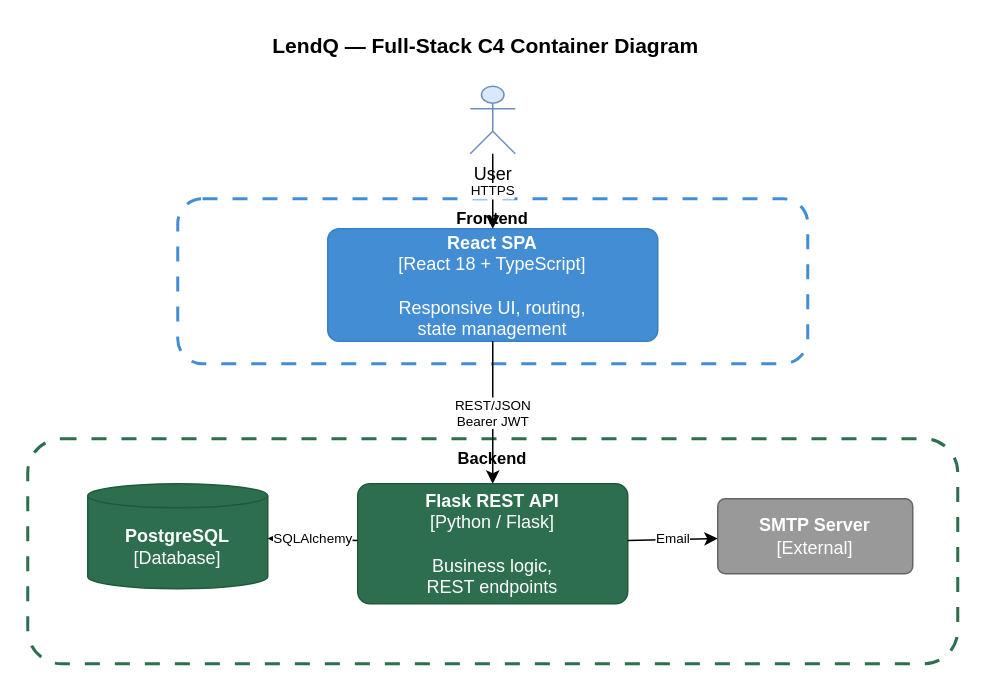
Before: docs/detailed-designs/diagrams/drawio/fe_c4_container.drawio in QuinntyneBrown/LendQ, a draw.io diagram. Source tidied: cells renumbered, new cells numbered last; positions are measured from the earlier drawing's top-left corner, leaving out a move shared by most shapes. Both pictures are drawn from the tidied source at 150%, with x=0, y=0 at pixel (27, 26).
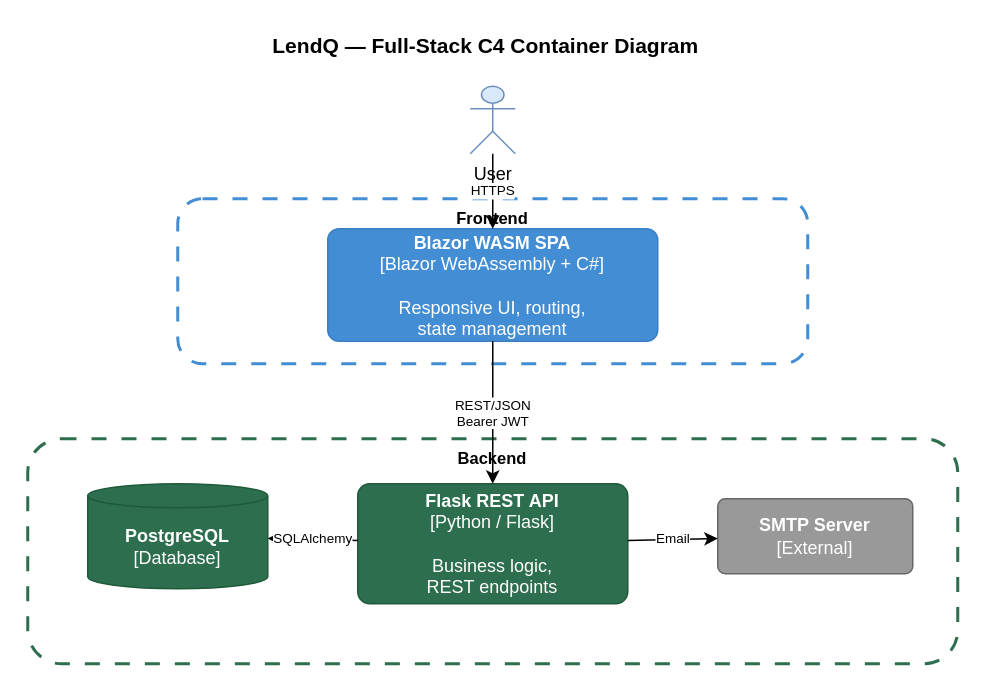
Above is the later version.

The edit, as a diff of the source:
```diff
@@
 <mxGraphModel>
   <root>
     <mxCell id="0" />
     <mxCell id="1" parent="0" />
     <mxCell id="2" value="LendQ — Full-Stack C4 Container Diagram" style="text;html=1;align=center;verticalAlign=middle;strokeColor=none;fillColor=none;fontSize=14;fontStyle=1;" parent="1" vertex="1">
       <mxGeometry x="120" width="370" height="25" as="geometry" />
     </mxCell>
     <mxCell id="3" value="User" style="shape=umlActor;verticalLabelPosition=bottom;verticalAlign=top;html=1;outlineConnect=0;fillColor=#dae8fc;strokeColor=#6c8ebf;" parent="1" vertex="1">
       <mxGeometry x="295" y="40" width="30" height="45" as="geometry" />
     </mxCell>
     <mxCell id="4" value="Frontend" style="rounded=1;whiteSpace=wrap;html=1;fillColor=none;strokeColor=#438DD5;dashed=1;dashPattern=5 5;verticalAlign=top;fontStyle=1;fontSize=11;strokeWidth=2;" parent="1" vertex="1">
       <mxGeometry x="100" y="115" width="420" height="110" as="geometry" />
     </mxCell>
-    <mxCell id="5" value="&lt;b&gt;React SPA&lt;/b&gt;&lt;br&gt;[React 18 + TypeScript]&lt;br&gt;&lt;br&gt;Responsive UI, routing,&lt;br&gt;state management" style="rounded=1;whiteSpace=wrap;html=1;fillColor=#438DD5;fontColor=#ffffff;strokeColor=#3a7fc2;arcSize=10;" parent="1" vertex="1">
+    <mxCell id="5" value="&lt;b&gt;Blazor WASM SPA&lt;/b&gt;&lt;br&gt;[Blazor WebAssembly + C#]&lt;br&gt;&lt;br&gt;Responsive UI, routing,&lt;br&gt;state management" style="rounded=1;whiteSpace=wrap;html=1;fillColor=#438DD5;fontColor=#ffffff;strokeColor=#3a7fc2;arcSize=10;" parent="1" vertex="1">
       <mxGeometry x="200" y="135" width="220" height="75" as="geometry" />
     </mxCell>
     <mxCell id="6" value="Backend" style="rounded=1;whiteSpace=wrap;html=1;fillColor=none;strokeColor=#2D6E4F;dashed=1;dashPattern=5 5;verticalAlign=top;fontStyle=1;fontSize=11;strokeWidth=2;" parent="1" vertex="1">
       <mxGeometry y="275" width="620" height="150" as="geometry" />
     </mxCell>
     <mxCell id="7" value="&lt;b&gt;Flask REST API&lt;/b&gt;&lt;br&gt;[Python / Flask]&lt;br&gt;&lt;br&gt;Business logic,&lt;br&gt;REST endpoints" style="rounded=1;whiteSpace=wrap;html=1;fillColor=#2D6E4F;fontColor=#ffffff;strokeColor=#1e5a3a;arcSize=10;" parent="1" vertex="1">
       <mxGeometry x="220" y="305" width="180" height="80" as="geometry" />
     </mxCell>
     <mxCell id="8" value="&lt;b&gt;PostgreSQL&lt;/b&gt;&lt;br&gt;[Database]" style="shape=cylinder3;whiteSpace=wrap;html=1;boundedLbl=1;backgroundOutline=1;size=8;fillColor=#2D6E4F;fontColor=#ffffff;strokeColor=#1e5a3a;" parent="1" vertex="1">
       <mxGeometry x="40" y="305" width="120" height="70" as="geometry" />
     </mxCell>
     <mxCell id="9" value="&lt;b&gt;SMTP Server&lt;/b&gt;&lt;br&gt;[External]" style="rounded=1;whiteSpace=wrap;html=1;fillColor=#999999;fontColor=#ffffff;strokeColor=#666666;arcSize=10;" parent="1" vertex="1">
       <mxGeometry x="460" y="315" width="130" height="50" as="geometry" />
     </mxCell>
     <mxCell id="10" value="HTTPS" style="endArrow=classic;html=1;strokeWidth=1;fontSize=9;" parent="1" edge="1" source="3" target="5">
       <mxGeometry relative="1" as="geometry" />
     </mxCell>
     <mxCell id="11" value="REST/JSON&lt;br&gt;Bearer JWT" style="endArrow=classic;html=1;strokeWidth=1;fontSize=9;" parent="1" edge="1" source="5" target="7">
       <mxGeometry relative="1" as="geometry" />
     </mxCell>
     <mxCell id="12" value="SQLAlchemy" style="endArrow=classic;html=1;strokeWidth=1;fontSize=9;" parent="1" edge="1" source="7" target="8">
       <mxGeometry relative="1" as="geometry" />
     </mxCell>
     <mxCell id="13" value="Email" style="endArrow=classic;html=1;strokeWidth=1;fontSize=9;" parent="1" edge="1" source="7" target="9">
       <mxGeometry relative="1" as="geometry" />
     </mxCell>
   </root>
 </mxGraphModel>
```
